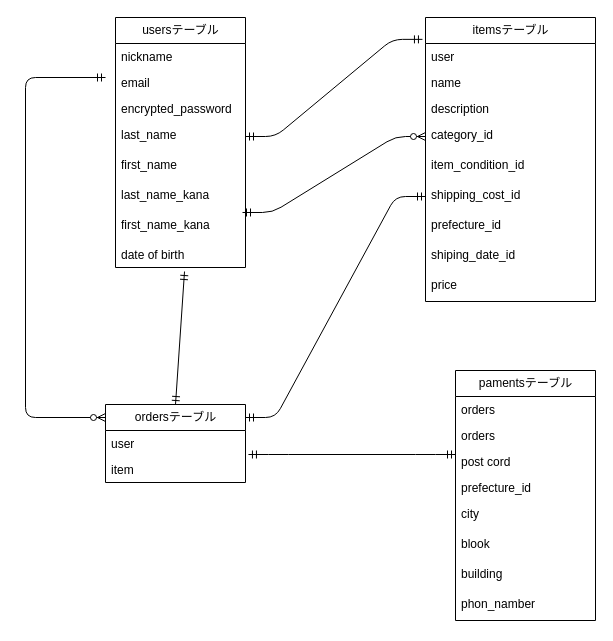
Before: furima.dio in tenndou8110/furima-39603, a draw.io diagram. Source tidied: cells renumbered, new cells numbered last; positions are measured from the earlier drawing's top-left corner, leaving out a move shared by most shapes. Both pictures are drawn from the tidied source at 100%, with x=0, y=0 at pixel (25, 17).
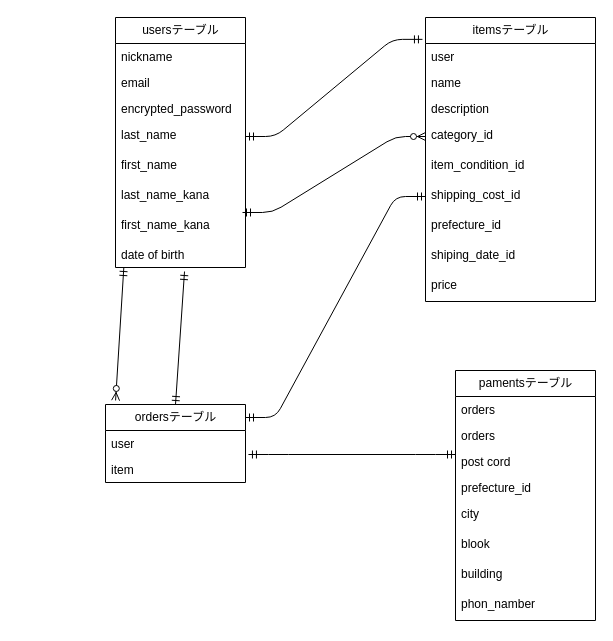
After the change.

Commit message (it also covers changes not shown here):
db設計の修正

The change refers to these unchanged cells:
```xml
<mxCell id="10" value="date of birth" style="text;strokeColor=none;fillColor=none;spacingLeft=4;spacingRight=4;overflow=hidden;points=[[0,0.5],[1,0.5]];portConstraint=eastwest;fontSize=12;" parent="2" vertex="1">
  <mxGeometry y="224" width="130" height="26" as="geometry" />
</mxCell>
<mxCell id="21" value="ordersテーブル" style="swimlane;fontStyle=0;horizontal=1;startSize=26;fillColor=none;html=1;" parent="1" vertex="1">
  <mxGeometry x="80" y="387" width="140" height="78" as="geometry" />
</mxCell>
```

The edit, as a diff of the source:
```diff
@@
-    <mxCell id="34" style="edgeStyle=orthogonalEdgeStyle;fontSize=12;html=1;endArrow=ERzeroToMany;startArrow=ERmandOne;" parent="1" edge="1">
-      <mxGeometry relative="1" as="geometry">
-        <mxPoint x="80" y="60" as="sourcePoint" />
-        <mxPoint x="80" y="400" as="targetPoint" />
-        <Array as="points">
-          <mxPoint y="60" />
-          <mxPoint y="400" />
-        </Array>
-      </mxGeometry>
+    <mxCell id="34" style="fontSize=12;html=1;endArrow=ERzeroToMany;startArrow=ERmandOne;exitX=0.064;exitY=1;exitDx=0;exitDy=0;exitPerimeter=0;entryX=0.072;entryY=-0.052;entryDx=0;entryDy=0;entryPerimeter=0;" parent="1" edge="1" source="10" target="21">
+      <mxGeometry relative="1" as="geometry" />
     </mxCell>
```
